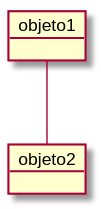
This is USantaTecla/tech-plantuml/images/Ejemplo140.svg from USantaTecla-0-general/3-publicaciones, a PlantUML export, as it was before one commit.
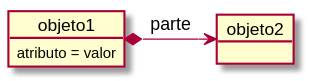
The same diagram one commit later.

The edit, as a diff of the source:
```diff
@@ -1,6 +1,8 @@
 @startuml
-object objeto1
+object objeto1 {
+  atributo = valor
+}
 object objeto2
 
-objeto1 -- objeto2
+objeto1 *-right-> objeto2 : parte
 @enduml
```
